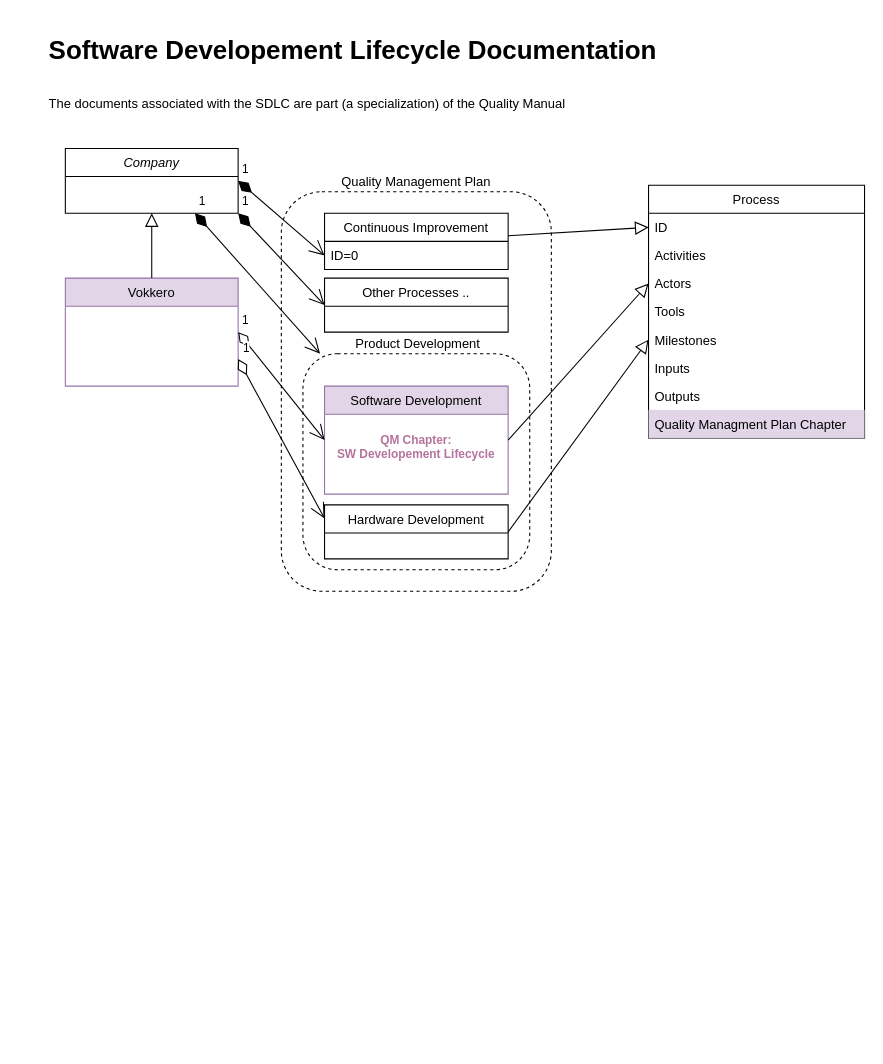
Above: page "SW-dev-quality-manual" (1 of 2) of images/Untitled Diagram.drawio in mtitinger/zz_doc (draw.io), before the change. Source tidied: cells renumbered, new cells numbered last; positions are measured from the earlier drawing's top-left corner, leaving out a move shared by most shapes. Both pictures are drawn from the tidied source at 108%, with x=0, y=0 at pixel (43, 29).
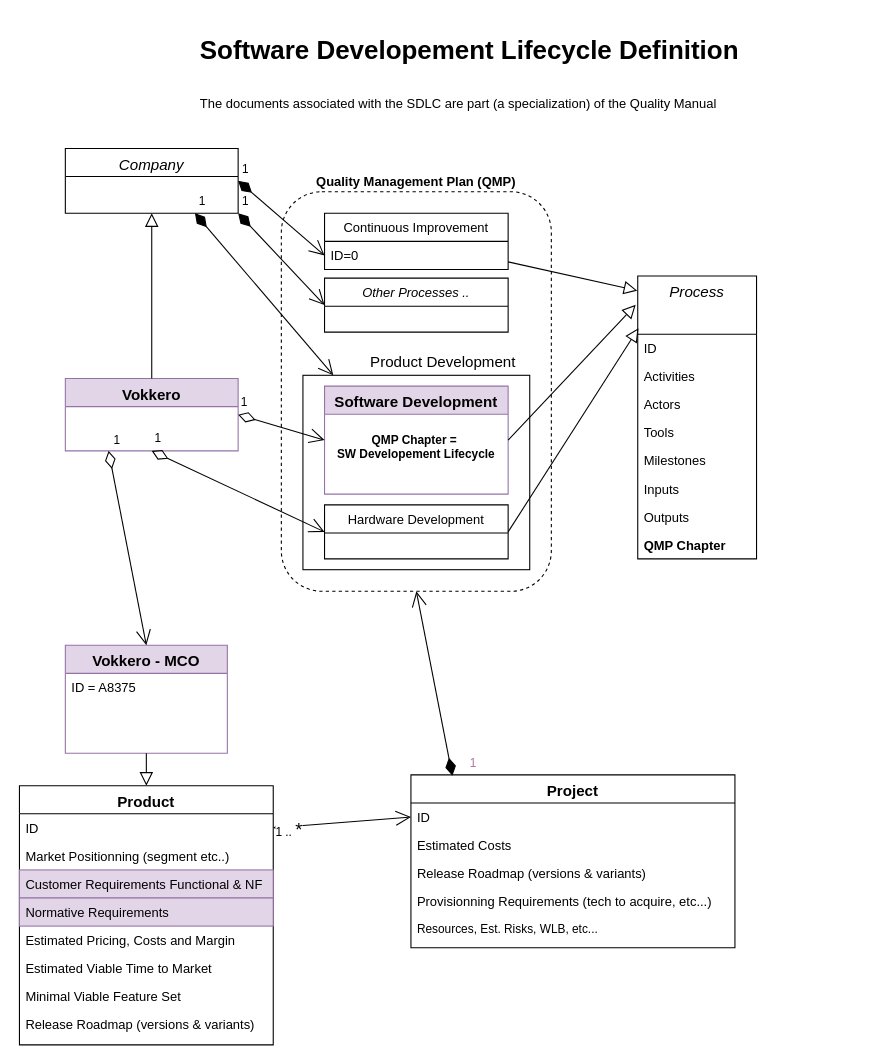
After the change.

The change refers to these unchanged cells:
```xml
<mxCell id="19" value="Continuous Improvement" style="swimlane;fontStyle=0;align=center;verticalAlign=top;horizontal=1;startSize=26;rounded=0;shadow=0;strokeWidth=1;" parent="1" vertex="1">
  <mxGeometry x="260" y="170" width="170" height="52" as="geometry" />
</mxCell>
<mxCell id="22" value="Hardware Development" style="swimlane;fontStyle=0;align=center;verticalAlign=top;horizontal=1;startSize=26;rounded=0;shadow=0;strokeWidth=1;" parent="1" vertex="1">
  <mxGeometry x="260" y="440" width="170" height="50" as="geometry" />
</mxCell>
```

Change to the diagram source:
```diff
@@
-    <mxCell id="2" value="Quality Management Plan" style="rounded=1;whiteSpace=wrap;html=1;dashed=1;align=center;labelPosition=center;verticalLabelPosition=top;verticalAlign=bottom;" parent="1" vertex="1">
+    <mxCell id="2" value="&lt;b&gt;Quality Management Plan (QMP)&lt;/b&gt;" style="rounded=1;whiteSpace=wrap;html=1;dashed=1;align=center;labelPosition=center;verticalLabelPosition=top;verticalAlign=bottom;" parent="1" vertex="1">
       <mxGeometry x="220" y="150" width="250" height="370" as="geometry" />
     </mxCell>
-    <mxCell id="3" value="Company" style="swimlane;fontStyle=2;align=center;verticalAlign=top;horizontal=1;startSize=26;rounded=0;shadow=0;strokeWidth=1;" parent="1" vertex="1">
+    <mxCell id="3" value="Company" style="swimlane;fontStyle=2;align=center;verticalAlign=top;horizontal=1;startSize=26;rounded=0;shadow=0;strokeWidth=1;fontSize=14;" parent="1" vertex="1">
       <mxGeometry x="20" y="110" width="160" height="60" as="geometry" />
     </mxCell>
-    <mxCell id="4" value="Vokkero" style="swimlane;fontStyle=0;align=center;verticalAlign=top;horizontal=1;startSize=26;rounded=0;shadow=0;strokeWidth=1;fillColor=#e1d5e7;strokeColor=#9673a6;" parent="1" vertex="1">
-      <mxGeometry x="20" y="230" width="160" height="100" as="geometry" />
+    <mxCell id="4" value="Vokkero" style="swimlane;fontStyle=1;align=center;verticalAlign=top;horizontal=1;startSize=26;rounded=0;shadow=0;strokeWidth=1;fillColor=#e1d5e7;strokeColor=#9673a6;fontSize=14;" parent="1" vertex="1">
+      <mxGeometry x="20" y="323" width="160" height="67" as="geometry" />
     </mxCell>
@@
-    <mxCell id="6" value="Process" style="swimlane;fontStyle=0;align=center;verticalAlign=top;horizontal=1;startSize=26;rounded=0;shadow=0;strokeWidth=1;" parent="1" vertex="1">
-      <mxGeometry x="560" y="144" width="200" height="234" as="geometry" />
+    <mxCell id="6" value="Process" style="swimlane;fontStyle=2;align=center;verticalAlign=top;horizontal=1;startSize=54;rounded=0;shadow=0;strokeWidth=1;fontSize=14;" parent="1" vertex="1">
+      <mxGeometry x="550" y="228" width="110" height="262" as="geometry" />
     </mxCell>
     <mxCell id="7" value="ID" style="text;align=left;verticalAlign=top;spacingLeft=4;spacingRight=4;overflow=hidden;points=[[0,0.5],[1,0.5]];portConstraint=eastwest;rounded=0;shadow=0;html=0;" parent="6" vertex="1">
-      <mxGeometry y="26" width="200" height="26" as="geometry" />
+      <mxGeometry y="54" width="110" height="26" as="geometry" />
     </mxCell>
     <mxCell id="8" value="Activities" style="text;align=left;verticalAlign=top;spacingLeft=4;spacingRight=4;overflow=hidden;rounded=0;shadow=0;html=0;" parent="6" vertex="1">
-      <mxGeometry y="52" width="200" height="26" as="geometry" />
+      <mxGeometry y="80" width="110" height="26" as="geometry" />
     </mxCell>
     <mxCell id="9" value="Actors" style="text;align=left;verticalAlign=top;spacingLeft=4;spacingRight=4;overflow=hidden;points=[[0,0.5],[1,0.5]];portConstraint=eastwest;" parent="6" vertex="1">
-      <mxGeometry y="78" width="200" height="26" as="geometry" />
+      <mxGeometry y="106" width="110" height="26" as="geometry" />
     </mxCell>
     <mxCell id="10" value="Tools" style="text;align=left;verticalAlign=top;spacingLeft=4;spacingRight=4;overflow=hidden;rounded=0;shadow=0;html=0;" parent="6" vertex="1">
-      <mxGeometry y="104" width="200" height="26" as="geometry" />
+      <mxGeometry y="132" width="110" height="26" as="geometry" />
     </mxCell>
     <mxCell id="11" value="Milestones" style="text;align=left;verticalAlign=top;spacingLeft=4;spacingRight=4;overflow=hidden;points=[[0,0.5],[1,0.5]];portConstraint=eastwest;rounded=0;shadow=0;html=0;" parent="6" vertex="1">
-      <mxGeometry y="130" width="200" height="26" as="geometry" />
+      <mxGeometry y="158" width="110" height="26" as="geometry" />
     </mxCell>
     <mxCell id="12" value="Inputs" style="text;align=left;verticalAlign=top;spacingLeft=4;spacingRight=4;overflow=hidden;rounded=0;shadow=0;html=0;" parent="6" vertex="1">
-      <mxGeometry y="156" width="200" height="26" as="geometry" />
+      <mxGeometry y="184" width="110" height="26" as="geometry" />
     </mxCell>
     <mxCell id="13" value="Outputs" style="text;align=left;verticalAlign=top;spacingLeft=4;spacingRight=4;overflow=hidden;rounded=0;shadow=0;html=0;" parent="6" vertex="1">
-      <mxGeometry y="182" width="200" height="26" as="geometry" />
+      <mxGeometry y="210" width="110" height="26" as="geometry" />
     </mxCell>
-    <mxCell id="14" value="Quality Managment Plan Chapter" style="text;align=left;verticalAlign=top;spacingLeft=4;spacingRight=4;overflow=hidden;rounded=0;shadow=0;html=0;fillColor=#e1d5e7;strokeColor=none;" parent="6" vertex="1">
-      <mxGeometry y="208" width="200" height="26" as="geometry" />
+    <mxCell id="14" value="QMP Chapter" style="text;align=left;verticalAlign=top;spacingLeft=4;spacingRight=4;overflow=hidden;rounded=0;shadow=0;html=0;fillColor=none;strokeColor=none;fontStyle=1;" parent="6" vertex="1">
+      <mxGeometry y="236" width="110" height="26" as="geometry" />
     </mxCell>
+    <mxCell id="27" value="Other Processes .." style="swimlane;fontStyle=2;align=center;verticalAlign=top;horizontal=1;startSize=26;rounded=0;shadow=0;strokeWidth=1;" parent="1" vertex="1">
+      <mxGeometry x="260" y="230" width="170" height="50" as="geometry" />
+    </mxCell>
-    <mxCell id="15" value="&lt;h1&gt;Software Developement Lifecycle Documentation&lt;/h1&gt;&lt;h1&gt;&lt;span style=&quot;font-size: 12px ; font-weight: normal&quot;&gt;The documents associated with the SDLC are part (a specialization) of the Quality Manual&lt;/span&gt;&lt;br&gt;&lt;/h1&gt;" style="text;html=1;strokeColor=none;fillColor=none;spacing=5;spacingTop=-20;whiteSpace=wrap;overflow=hidden;rounded=0;" parent="1" vertex="1">
-      <mxGeometry width="610" height="80" as="geometry" />
+    <mxCell id="15" value="&lt;h1&gt;Software Developement Lifecycle Definition&lt;/h1&gt;&lt;h1&gt;&lt;span style=&quot;font-size: 12px ; font-weight: normal&quot;&gt;The documents associated with the SDLC are part (a specialization) of the Quality Manual&lt;/span&gt;&lt;br&gt;&lt;/h1&gt;" style="text;html=1;strokeColor=none;fillColor=none;spacing=5;spacingTop=-20;whiteSpace=wrap;overflow=hidden;rounded=0;" parent="1" vertex="1">
+      <mxGeometry x="140" width="511" height="90" as="geometry" />
     </mxCell>
-    <mxCell id="16" value="&lt;span style=&quot;white-space: pre&quot;&gt; &lt;/span&gt;Product Development" style="rounded=1;whiteSpace=wrap;html=1;dashed=1;align=center;labelPosition=center;verticalLabelPosition=top;verticalAlign=bottom;arcSize=16;" parent="1" vertex="1">
-      <mxGeometry x="240" y="300" width="210" height="200" as="geometry" />
+    <mxCell id="16" style="rounded=0;whiteSpace=wrap;html=1;align=center;labelPosition=center;verticalLabelPosition=top;verticalAlign=bottom;arcSize=16;" parent="1" vertex="1">
+      <mxGeometry x="240" y="320" width="210" height="180" as="geometry" />
     </mxCell>
-    <mxCell id="17" value="Software Development" style="swimlane;fontStyle=0;align=center;verticalAlign=top;horizontal=1;startSize=26;rounded=0;shadow=0;strokeWidth=1;fillColor=#e1d5e7;strokeColor=#9673a6;" parent="1" vertex="1">
+    <mxCell id="17" value="Software Development" style="swimlane;fontStyle=1;align=center;verticalAlign=top;horizontal=1;startSize=26;rounded=0;shadow=0;strokeWidth=1;fillColor=#e1d5e7;strokeColor=#9673a6;fontSize=14;" parent="1" vertex="1">
       <mxGeometry x="260" y="330" width="170" height="100" as="geometry" />
     </mxCell>
-    <mxCell id="18" style="endArrow=block;endSize=10;endFill=0;shadow=0;strokeWidth=1;rounded=0;elbow=vertical;entryX=0;entryY=0.5;entryDx=0;entryDy=0;exitX=1;exitY=0.5;exitDx=0;exitDy=0;" parent="1" edge="1" source="17" target="9">
+    <mxCell id="18" style="endArrow=block;endSize=10;endFill=0;shadow=0;strokeWidth=1;rounded=0;elbow=vertical;exitX=1;exitY=0.5;exitDx=0;exitDy=0;entryX=-0.017;entryY=0.102;entryDx=0;entryDy=0;entryPerimeter=0;" parent="1" edge="1" source="17" target="6">
       <mxGeometry relative="1" as="geometry" />
     </mxCell>
@@
-    <mxCell id="21" style="endArrow=block;endSize=10;endFill=0;shadow=0;strokeWidth=1;rounded=0;elbow=vertical;entryX=0;entryY=0.5;entryDx=0;entryDy=0;" parent="1" edge="1" source="19" target="7">
+    <mxCell id="21" style="endArrow=block;endSize=10;endFill=0;shadow=0;strokeWidth=1;rounded=0;elbow=vertical;entryX=-0.004;entryY=0.052;entryDx=0;entryDy=0;entryPerimeter=0;" parent="1" edge="1" source="19" target="6">
       <mxGeometry relative="1" as="geometry" />
     </mxCell>
@@
-    <mxCell id="23" style="endArrow=block;endSize=10;endFill=0;shadow=0;strokeWidth=1;rounded=0;elbow=vertical;exitX=1;exitY=0.5;exitDx=0;exitDy=0;entryX=0;entryY=0.5;entryDx=0;entryDy=0;" parent="1" edge="1" source="22" target="11">
+    <mxCell id="23" style="endArrow=block;endSize=10;endFill=0;shadow=0;strokeWidth=1;rounded=0;elbow=vertical;exitX=1;exitY=0.5;exitDx=0;exitDy=0;entryX=0.006;entryY=0.185;entryDx=0;entryDy=0;entryPerimeter=0;" parent="1" edge="1" source="22" target="6">
       <mxGeometry relative="1" as="geometry" />
     </mxCell>
@@
-    <mxCell id="25" value="1" style="endArrow=open;html=1;endSize=12;startArrow=diamondThin;startSize=14;startFill=0;align=left;verticalAlign=bottom;rounded=0;exitX=1;exitY=0.75;exitDx=0;exitDy=0;entryX=0;entryY=0.25;entryDx=0;entryDy=0;" parent="1" edge="1" source="4" target="22">
+    <mxCell id="25" value="1" style="endArrow=open;html=1;endSize=12;startArrow=diamondThin;startSize=14;startFill=0;align=left;verticalAlign=bottom;rounded=0;exitX=0.5;exitY=1;exitDx=0;exitDy=0;entryX=0;entryY=0.5;entryDx=0;entryDy=0;" parent="1" edge="1" source="4" target="22">
       <mxGeometry x="-1" y="3" relative="1" as="geometry" />
     </mxCell>
@@
-    <mxCell id="27" value="Other Processes .." style="swimlane;fontStyle=0;align=center;verticalAlign=top;horizontal=1;startSize=26;rounded=0;shadow=0;strokeWidth=1;" parent="1" vertex="1">
-      <mxGeometry x="260" y="230" width="170" height="50" as="geometry" />
-    </mxCell>
-    <mxCell id="28" value="QM Chapter:&#10;SW Developement Lifecycle" style="text;align=center;verticalAlign=top;spacingLeft=4;spacingRight=4;overflow=hidden;rounded=0;shadow=0;html=0;fontStyle=1;fontSize=11;fontColor=#B5739D;" parent="1" vertex="1">
+    <mxCell id="28" value="QMP Chapter = &#10;SW Developement Lifecycle" style="text;align=center;verticalAlign=top;spacingLeft=4;spacingRight=4;overflow=hidden;rounded=0;shadow=0;html=0;fontStyle=1;fontSize=11;fontColor=#000000;" parent="1" vertex="1">
       <mxGeometry x="265" y="367" width="160" height="56" as="geometry" />
     </mxCell>
@@
+    <mxCell id="32" value="Project" style="swimlane;fontStyle=1;align=center;verticalAlign=top;horizontal=1;startSize=26;rounded=0;shadow=0;strokeWidth=1;fontSize=14;" parent="1" vertex="1">
+      <mxGeometry x="340" y="690" width="300" height="160" as="geometry" />
+    </mxCell>
+    <mxCell id="33" value="ID" style="text;align=left;verticalAlign=top;spacingLeft=4;spacingRight=4;overflow=hidden;points=[[0,0.5],[1,0.5]];portConstraint=eastwest;rounded=0;shadow=0;html=0;" parent="32" vertex="1">
+      <mxGeometry y="26" width="300" height="26" as="geometry" />
+    </mxCell>
+    <mxCell id="34" value="Estimated Costs" style="text;align=left;verticalAlign=top;spacingLeft=4;spacingRight=4;overflow=hidden;rounded=0;shadow=0;html=0;" parent="32" vertex="1">
+      <mxGeometry y="52" width="300" height="26" as="geometry" />
+    </mxCell>
+    <mxCell id="35" value="Release Roadmap (versions &amp; variants)" style="text;align=left;verticalAlign=top;spacingLeft=4;spacingRight=4;overflow=hidden;rounded=0;shadow=0;html=0;" parent="32" vertex="1">
+      <mxGeometry y="78" width="300" height="26" as="geometry" />
+    </mxCell>
+    <mxCell id="36" value="Provisionning Requirements (tech to acquire, etc...)" style="text;align=left;verticalAlign=top;spacingLeft=4;spacingRight=4;overflow=hidden;rounded=0;shadow=0;html=0;" parent="32" vertex="1">
+      <mxGeometry y="104" width="300" height="26" as="geometry" />
+    </mxCell>
+    <mxCell id="37" value="Resources, Est. Risks, WLB, etc..." style="text;align=left;verticalAlign=top;spacingLeft=4;spacingRight=4;overflow=hidden;rounded=0;shadow=0;html=0;fontStyle=0;fontSize=11;" parent="32" vertex="1">
+      <mxGeometry y="130" width="300" height="20" as="geometry" />
+    </mxCell>
+    <mxCell id="38" value="1" style="endArrow=open;html=1;endSize=12;startArrow=diamondThin;startSize=14;startFill=1;align=left;verticalAlign=bottom;rounded=0;fontSize=11;fontColor=#B5739D;exitX=0.128;exitY=0.005;exitDx=0;exitDy=0;entryX=0.5;entryY=1;entryDx=0;entryDy=0;exitPerimeter=0;" parent="1" edge="1" source="32" target="2">
+      <mxGeometry x="-1" y="-15" relative="1" as="geometry" />
+    </mxCell>
+    <mxCell id="39" value="Vokkero - MCO" style="swimlane;fontStyle=1;align=center;verticalAlign=top;horizontal=1;startSize=26;rounded=0;shadow=0;strokeWidth=1;fillColor=#e1d5e7;strokeColor=#9673a6;fontSize=14;" parent="1" vertex="1">
+      <mxGeometry x="20" y="570" width="150" height="100" as="geometry" />
+    </mxCell>
+    <mxCell id="40" value="ID = A8375" style="text;align=left;verticalAlign=top;spacingLeft=4;spacingRight=4;overflow=hidden;rounded=0;shadow=0;html=0;" parent="39" vertex="1">
+      <mxGeometry y="26" width="150" height="22" as="geometry" />
+    </mxCell>
+    <mxCell id="41" style="endArrow=block;endSize=10;endFill=0;shadow=0;strokeWidth=1;rounded=0;elbow=vertical;exitX=0.5;exitY=1;exitDx=0;exitDy=0;entryX=0.5;entryY=0;entryDx=0;entryDy=0;" parent="1" edge="1" source="39" target="44">
+      <mxGeometry relative="1" as="geometry" />
+    </mxCell>
+    <mxCell id="42" value="1" style="endArrow=open;html=1;endSize=12;startArrow=diamondThin;startSize=14;startFill=0;align=left;verticalAlign=bottom;rounded=0;exitX=0.25;exitY=1;exitDx=0;exitDy=0;entryX=0.5;entryY=0;entryDx=0;entryDy=0;" parent="1" edge="1" source="4" target="39">
+      <mxGeometry x="-1" y="3" relative="1" as="geometry" />
+    </mxCell>
+    <mxCell id="43" value="&lt;font color=&quot;#000000&quot;&gt;Product Development&lt;/font&gt;" style="text;html=1;strokeColor=none;fillColor=none;align=center;verticalAlign=middle;whiteSpace=wrap;rounded=0;fontSize=14;fontColor=#B5739D;" parent="1" vertex="1">
+      <mxGeometry x="280" y="293" width="180" height="30" as="geometry" />
+    </mxCell>
+    <mxCell id="44" value="Product" style="swimlane;fontStyle=1;align=center;verticalAlign=top;horizontal=1;startSize=26;rounded=0;shadow=0;strokeWidth=1;fontSize=14;" parent="1" vertex="1">
+      <mxGeometry x="-22.5" y="700" width="235" height="240" as="geometry" />
+    </mxCell>
+    <mxCell id="45" value="ID" style="text;align=left;verticalAlign=top;spacingLeft=4;spacingRight=4;overflow=hidden;points=[[0,0.5],[1,0.5]];portConstraint=eastwest;rounded=0;shadow=0;html=0;" parent="44" vertex="1">
+      <mxGeometry y="26" width="235" height="26" as="geometry" />
+    </mxCell>
+    <mxCell id="46" value="Market Positionning (segment etc..)" style="text;align=left;verticalAlign=top;spacingLeft=4;spacingRight=4;overflow=hidden;rounded=0;shadow=0;html=0;" parent="44" vertex="1">
+      <mxGeometry y="52" width="235" height="26" as="geometry" />
+    </mxCell>
+    <mxCell id="47" value="Customer Requirements Functional &amp; NF" style="text;align=left;verticalAlign=top;spacingLeft=4;spacingRight=4;overflow=hidden;rounded=0;shadow=0;html=0;fillColor=#e1d5e7;strokeColor=#9673a6;" parent="44" vertex="1">
+      <mxGeometry y="78" width="235" height="26" as="geometry" />
+    </mxCell>
+    <mxCell id="48" value="Normative Requirements" style="text;align=left;verticalAlign=top;spacingLeft=4;spacingRight=4;overflow=hidden;rounded=0;shadow=0;html=0;fillColor=#e1d5e7;strokeColor=#9673a6;" parent="44" vertex="1">
+      <mxGeometry y="104" width="235" height="26" as="geometry" />
+    </mxCell>
+    <mxCell id="49" value="Estimated Pricing, Costs and Margin" style="text;align=left;verticalAlign=top;spacingLeft=4;spacingRight=4;overflow=hidden;rounded=0;shadow=0;html=0;" parent="44" vertex="1">
+      <mxGeometry y="130" width="235" height="26" as="geometry" />
+    </mxCell>
+    <mxCell id="50" value="Estimated Viable Time to Market" style="text;align=left;verticalAlign=top;spacingLeft=4;spacingRight=4;overflow=hidden;rounded=0;shadow=0;html=0;" parent="44" vertex="1">
+      <mxGeometry y="156" width="235" height="26" as="geometry" />
+    </mxCell>
+    <mxCell id="51" value="Minimal Viable Feature Set" style="text;align=left;verticalAlign=top;spacingLeft=4;spacingRight=4;overflow=hidden;rounded=0;shadow=0;html=0;" parent="44" vertex="1">
+      <mxGeometry y="182" width="235" height="26" as="geometry" />
+    </mxCell>
+    <mxCell id="52" value="Release Roadmap (versions &amp; variants)" style="text;align=left;verticalAlign=top;spacingLeft=4;spacingRight=4;overflow=hidden;rounded=0;shadow=0;html=0;" parent="44" vertex="1">
+      <mxGeometry y="208" width="235" height="26" as="geometry" />
+    </mxCell>
+    <mxCell id="53" value="1 .. &lt;font style=&quot;font-size: 17px&quot;&gt;*&lt;/font&gt;" style="endArrow=open;html=1;endSize=12;startArrow=diamondThin;startSize=14;startFill=0;align=left;verticalAlign=bottom;rounded=0;exitX=1;exitY=0.5;exitDx=0;exitDy=0;entryX=0;entryY=0.5;entryDx=0;entryDy=0;" parent="1" edge="1" source="45" target="33">
+      <mxGeometry x="-1" y="-15" relative="1" as="geometry">
+        <mxPoint x="-1" as="offset" />
+      </mxGeometry>
+    </mxCell>
```
